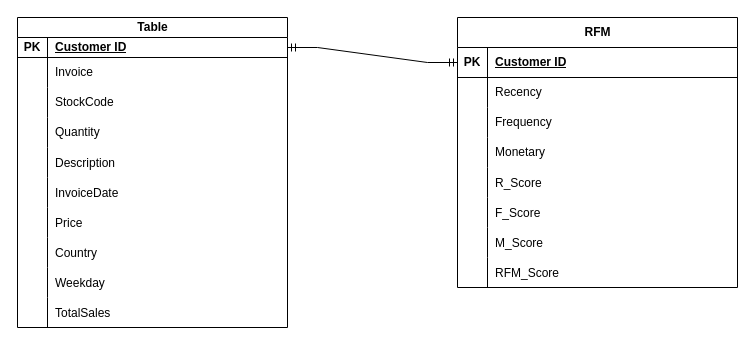
Before: Wireframes/Amos ERD Diagram.drawio in grant-britchford/Amos-Giftwares, a draw.io diagram. Source tidied: cells renumbered, new cells numbered last; positions are measured from the earlier drawing's top-left corner, leaving out a move shared by most shapes. Both pictures are drawn from the tidied source at 100%, with x=0, y=0 at pixel (17, 17).
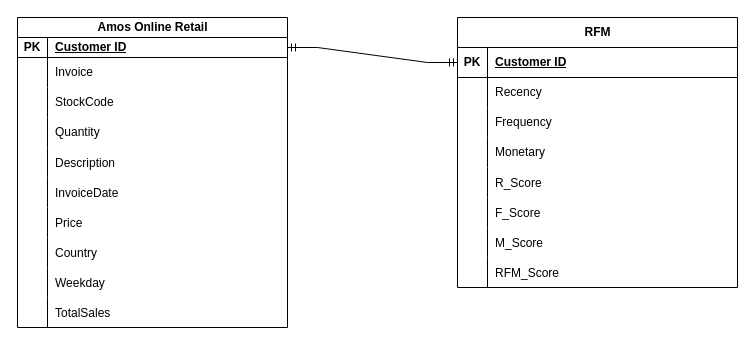
The same diagram, later.

The edit, as a diff of the source:
```diff
@@
-    <mxCell id="27" value="Table" style="shape=table;startSize=20;childLayout=tableLayout;rowLines=0;fontStyle=1;align=center;html=1;" parent="1" vertex="1">
+    <mxCell id="27" value="Amos Online Retail" style="shape=table;startSize=20;childLayout=tableLayout;rowLines=0;fontStyle=1;align=center;html=1;" parent="1" vertex="1">
       <mxGeometry width="270" height="310" as="geometry" />
     </mxCell>
```
